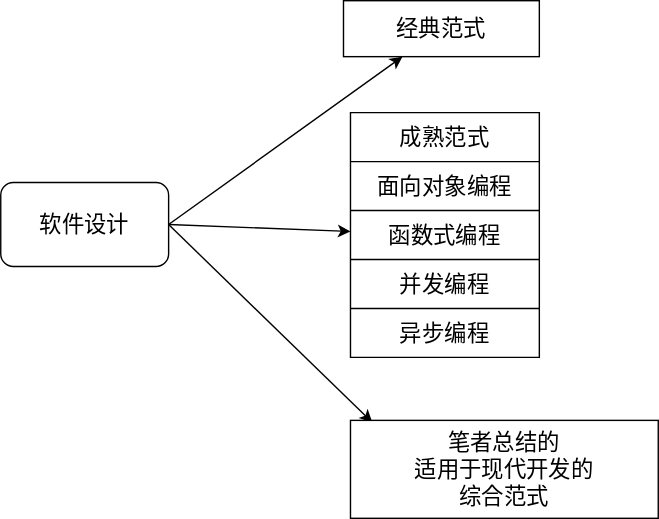
Earlier version of the draw.io export src/design/structrue.dio.svg (dingiv/dingiv.github.io). Source tidied: cells renumbered, new cells last; positions are measured from the earlier drawing's top-left corner, leaving out a move shared by most shapes. The source it was exported from:
```xml
<mxGraphModel>
  <root>
    <mxCell id="0" />
    <mxCell id="1" parent="0" />
    <mxCell id="2" style="edgeStyle=none;html=1;exitX=1;exitY=0.5;exitDx=0;exitDy=0;fontSize=16;" parent="1" edge="1" source="5" target="6">
      <mxGeometry relative="1" as="geometry" />
    </mxCell>
    <mxCell id="3" style="edgeStyle=none;html=1;exitX=1;exitY=0.5;exitDx=0;exitDy=0;" parent="1" edge="1" source="5" target="7">
      <mxGeometry relative="1" as="geometry" />
    </mxCell>
    <mxCell id="4" style="edgeStyle=none;html=1;exitX=1;exitY=0.5;exitDx=0;exitDy=0;entryX=0.071;entryY=0.021;entryDx=0;entryDy=0;entryPerimeter=0;" parent="1" edge="1" source="5" target="18">
      <mxGeometry relative="1" as="geometry" />
    </mxCell>
    <mxCell id="5" value="软件设计" style="rounded=1;whiteSpace=wrap;html=1;fontSize=16;" parent="1" vertex="1">
      <mxGeometry y="130" width="120" height="60" as="geometry" />
    </mxCell>
    <mxCell id="6" value="经典范式" style="rounded=0;whiteSpace=wrap;html=1;fontSize=16;" parent="1" vertex="1">
      <mxGeometry x="245" width="140" height="40" as="geometry" />
    </mxCell>
    <mxCell id="7" style="shape=table;startSize=0;fontSize=16;" parent="1" vertex="1">
      <mxGeometry x="250" y="80" width="135" height="175" as="geometry" />
    </mxCell>
    <mxCell id="8" style="shape=tableRow;horizontal=0;startSize=0;swimlaneHead=0;swimlaneBody=0;strokeColor=inherit;top=0;left=0;bottom=0;right=0;fillColor=none;fontSize=16;" parent="7" vertex="1">
      <mxGeometry width="135" height="35" as="geometry" />
    </mxCell>
    <mxCell id="9" value="成熟范式" style="shape=partialRectangle;html=1;whiteSpace=wrap;strokeColor=inherit;overflow=hidden;fillColor=none;top=0;left=0;bottom=0;right=0;fontSize=16;" parent="8" vertex="1">
      <mxGeometry width="135" height="35" as="geometry" />
    </mxCell>
    <mxCell id="10" style="shape=tableRow;horizontal=0;startSize=0;swimlaneHead=0;swimlaneBody=0;strokeColor=inherit;top=0;left=0;bottom=0;right=0;fillColor=none;fontSize=16;" parent="7" vertex="1">
      <mxGeometry y="35" width="135" height="35" as="geometry" />
    </mxCell>
    <mxCell id="11" value="面向对象编程" style="shape=partialRectangle;html=1;whiteSpace=wrap;strokeColor=inherit;overflow=hidden;fillColor=none;top=0;left=0;bottom=0;right=0;fontSize=16;" parent="10" vertex="1">
      <mxGeometry width="135" height="35" as="geometry" />
    </mxCell>
    <mxCell id="12" style="shape=tableRow;horizontal=0;startSize=0;swimlaneHead=0;swimlaneBody=0;strokeColor=inherit;top=0;left=0;bottom=0;right=0;fillColor=none;fontSize=16;" parent="7" vertex="1">
      <mxGeometry y="70" width="135" height="35" as="geometry" />
    </mxCell>
    <mxCell id="13" value="函数式编程" style="shape=partialRectangle;html=1;whiteSpace=wrap;strokeColor=inherit;overflow=hidden;fillColor=none;top=0;left=0;bottom=0;right=0;fontSize=16;" parent="12" vertex="1">
      <mxGeometry width="135" height="35" as="geometry" />
    </mxCell>
    <mxCell id="14" style="shape=tableRow;horizontal=0;startSize=0;swimlaneHead=0;swimlaneBody=0;strokeColor=inherit;top=0;left=0;bottom=0;right=0;fillColor=none;fontSize=16;" parent="7" vertex="1">
      <mxGeometry y="105" width="135" height="35" as="geometry" />
    </mxCell>
    <mxCell id="15" value="并发编程" style="shape=partialRectangle;html=1;whiteSpace=wrap;strokeColor=inherit;overflow=hidden;fillColor=none;top=0;left=0;bottom=0;right=0;fontSize=16;" parent="14" vertex="1">
      <mxGeometry width="135" height="35" as="geometry" />
    </mxCell>
    <mxCell id="16" style="shape=tableRow;horizontal=0;startSize=0;swimlaneHead=0;swimlaneBody=0;strokeColor=inherit;top=0;left=0;bottom=0;right=0;fillColor=none;fontSize=16;" parent="7" vertex="1">
      <mxGeometry y="140" width="135" height="35" as="geometry" />
    </mxCell>
    <mxCell id="17" value="异步编程" style="shape=partialRectangle;html=1;whiteSpace=wrap;strokeColor=inherit;overflow=hidden;fillColor=none;top=0;left=0;bottom=0;right=0;fontSize=16;" parent="16" vertex="1">
      <mxGeometry width="135" height="35" as="geometry" />
    </mxCell>
    <mxCell id="18" value="笔者总结的&lt;div&gt;适用于现代开发的&lt;/div&gt;&lt;div&gt;综合范式&lt;/div&gt;" style="rounded=0;whiteSpace=wrap;html=1;fontSize=16;" parent="1" vertex="1">
      <mxGeometry x="250" y="300" width="220" height="70" as="geometry" />
    </mxCell>
  </root>
</mxGraphModel>
```
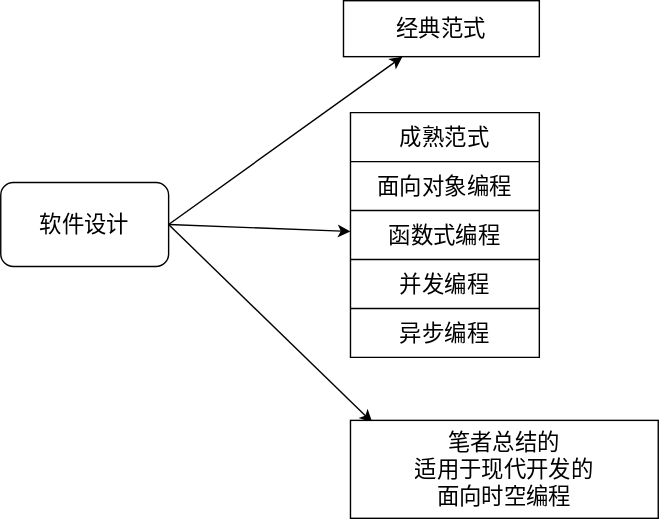
After the change.

Diff of the diagram source:
```diff
@@ -50,7 +50,7 @@
     <mxCell id="17" value="异步编程" style="shape=partialRectangle;html=1;whiteSpace=wrap;strokeColor=inherit;overflow=hidden;fillColor=none;top=0;left=0;bottom=0;right=0;fontSize=16;" parent="16" vertex="1">
       <mxGeometry width="135" height="35" as="geometry" />
     </mxCell>
-    <mxCell id="18" value="笔者总结的&lt;div&gt;适用于现代开发的&lt;/div&gt;&lt;div&gt;综合范式&lt;/div&gt;" style="rounded=0;whiteSpace=wrap;html=1;fontSize=16;" parent="1" vertex="1">
+    <mxCell id="18" value="笔者总结的&lt;div&gt;适用于现代开发的&lt;/div&gt;&lt;div&gt;面向时空编程&lt;/div&gt;" style="rounded=0;whiteSpace=wrap;html=1;fontSize=16;" parent="1" vertex="1">
       <mxGeometry x="250" y="300" width="220" height="70" as="geometry" />
     </mxCell>
   </root>
```
